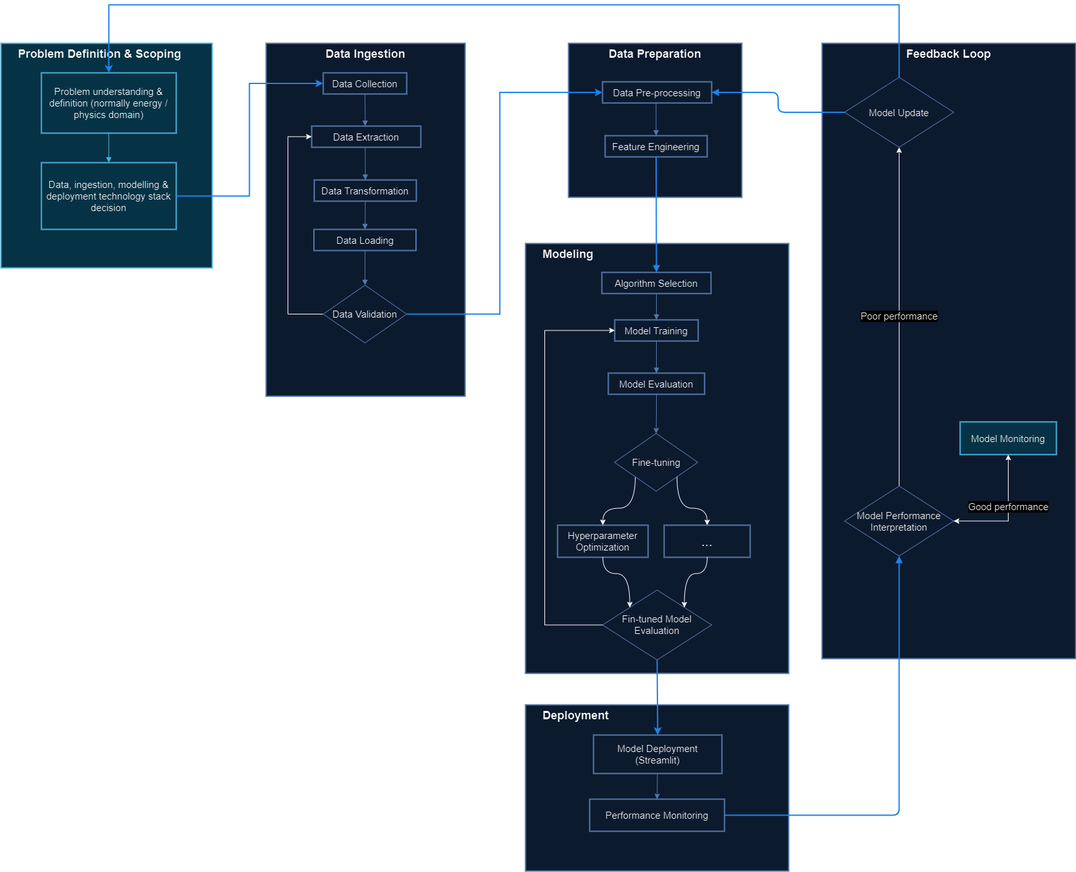
Before: ML/DevelopmentDetails/workflow.png, a diagram exported from draw.io (JeffM-Code/PortfolioWork). Source tidied: cells renumbered, new cells last; positions are measured from the earlier drawing's top-left corner, leaving out a move shared by most shapes.
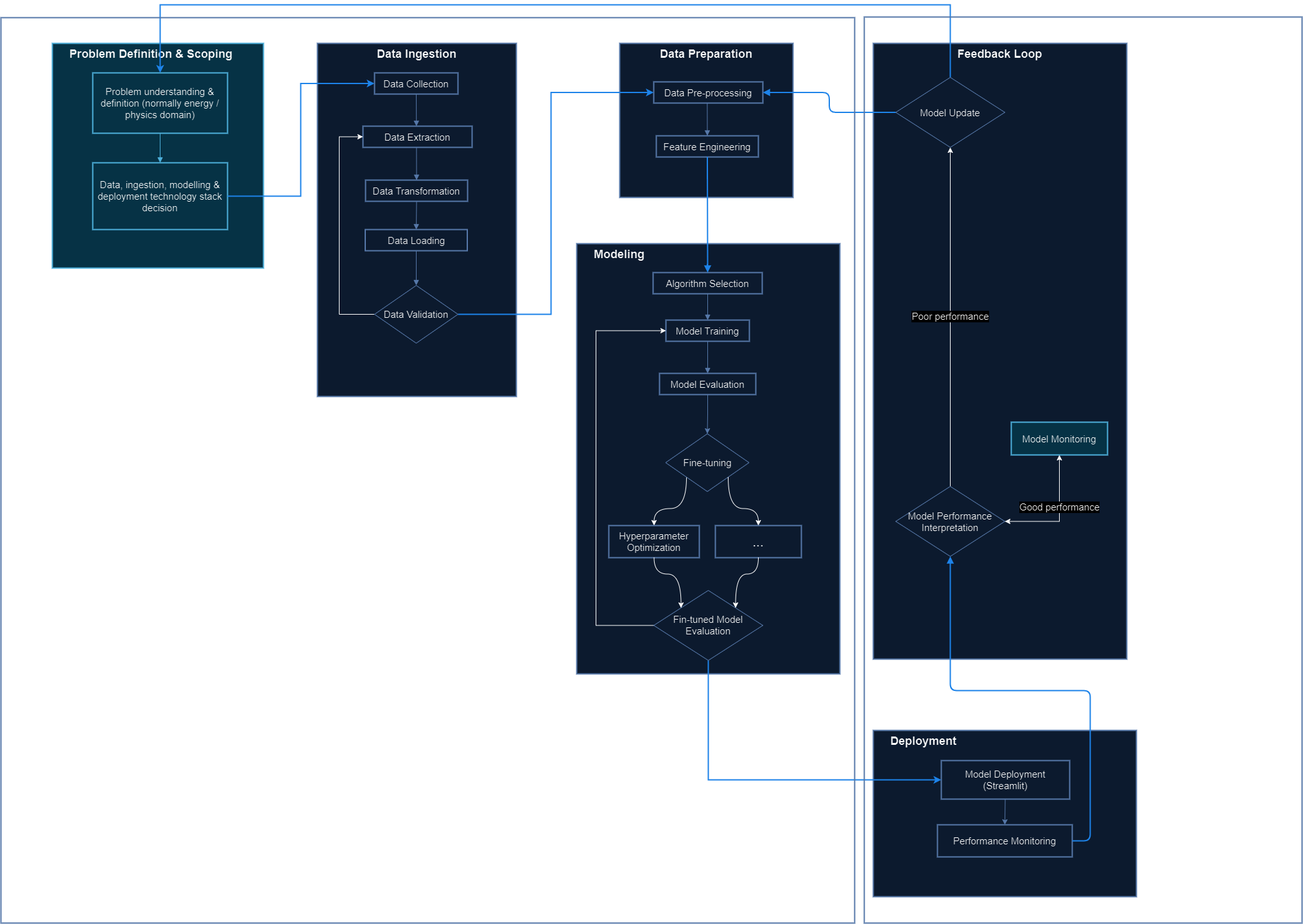
The same diagram one commit later.

Commit message:
updated model schematic

What changed in the source:
```diff
@@ -6,18 +6,18 @@
       <mxGeometry x="1279" y="60" width="395" height="959" as="geometry" />
     </mxCell>
     <mxCell id="3" value="     Deployment" style="whiteSpace=wrap;strokeWidth=2;verticalAlign=top;fontSize=18;align=left;fillColor=#dae8fc;strokeColor=#6c8ebf;fontStyle=1;" parent="1" vertex="1">
-      <mxGeometry x="817" y="1091" width="410" height="259" as="geometry" />
+      <mxGeometry x="1279" y="1130" width="410" height="259" as="geometry" />
     </mxCell>
     <mxCell id="4" value="Performance Monitoring" style="whiteSpace=wrap;strokeWidth=2;fontSize=15;fillColor=#dae8fc;strokeColor=#6c8ebf;" parent="1" vertex="1">
-      <mxGeometry x="917" y="1238" width="210" height="50" as="geometry" />
+      <mxGeometry x="1379" y="1277" width="210" height="50" as="geometry" />
     </mxCell>
     <mxCell id="5" style="rounded=0;jettySize=auto;html=1;exitX=0.5;exitY=1;exitDx=0;exitDy=0;entryX=0.5;entryY=0;entryDx=0;entryDy=0;fontSize=15;fillColor=#dae8fc;strokeColor=#6c8ebf;" parent="1" edge="1" target="4">
       <mxGeometry relative="1" as="geometry">
-        <mxPoint x="1023" y="1164" as="sourcePoint" />
+        <mxPoint x="1485" y="1203" as="sourcePoint" />
       </mxGeometry>
     </mxCell>
     <mxCell id="6" value="Model Deployment (Streamlit)" style="whiteSpace=wrap;strokeWidth=2;fontSize=15;fillColor=#dae8fc;strokeColor=#6c8ebf;" parent="1" vertex="1">
-      <mxGeometry x="923" y="1138" width="200" height="60" as="geometry" />
+      <mxGeometry x="1385" y="1177" width="200" height="60" as="geometry" />
     </mxCell>
     <mxCell id="7" value="     Modeling" style="whiteSpace=wrap;strokeWidth=2;verticalAlign=top;fontSize=18;align=left;fillColor=#dae8fc;strokeColor=#6c8ebf;fontStyle=1;" parent="1" vertex="1">
       <mxGeometry x="817" y="372" width="410" height="670" as="geometry" />
@@ -56,7 +56,13 @@
       <mxGeometry relative="1" as="geometry" />
     </mxCell>
     <mxCell id="19" style="startArrow=none;endArrow=block;exitX=1;exitY=0.5;entryX=0.5;entryY=1;exitDx=0;exitDy=0;entryDx=0;entryDy=0;fontSize=15;strokeWidth=2;strokeColor=#3399FF;edgeStyle=orthogonalEdgeStyle;fillColor=#dae8fc;" parent="1" edge="1" source="4" target="47">
-      <mxGeometry relative="1" as="geometry" />
+      <mxGeometry relative="1" as="geometry">
+        <Array as="points">
+          <mxPoint x="1617" y="1302" />
+          <mxPoint x="1617" y="1068" />
+          <mxPoint x="1399" y="1068" />
+        </Array>
+      </mxGeometry>
     </mxCell>
     <mxCell id="20" style="startArrow=none;endArrow=block;exitX=0;exitY=0.5;entryX=1;entryY=0.5;fontSize=15;exitDx=0;exitDy=0;entryDx=0;entryDy=0;fontColor=#3399FF;labelBackgroundColor=#3399FF;strokeColor=#3399FF;strokeWidth=2;fillColor=#dae8fc;edgeStyle=orthogonalEdgeStyle;" parent="1" edge="1" source="50" target="13">
       <mxGeometry relative="1" as="geometry" />
@@ -84,7 +90,7 @@
         </Array>
       </mxGeometry>
     </mxCell>
-    <mxCell id="27" style="rounded=0;jettySize=auto;html=1;entryX=0.5;entryY=0;entryDx=0;entryDy=0;strokeWidth=2;strokeColor=#3399FF;fillColor=#dae8fc;fontSize=15;exitX=0.5;exitY=1;exitDx=0;exitDy=0;" parent="1" edge="1" source="28" target="6">
+    <mxCell id="27" style="rounded=0;jettySize=auto;html=1;strokeWidth=2;strokeColor=#3399FF;fillColor=#dae8fc;fontSize=15;exitX=0.5;exitY=1;exitDx=0;exitDy=0;entryX=0;entryY=0.5;entryDx=0;entryDy=0;edgeStyle=orthogonalEdgeStyle;" parent="1" edge="1" source="28" target="6">
       <mxGeometry relative="1" as="geometry" />
     </mxCell>
     <mxCell id="28" value="Fin-tuned Model Evaluation" style="rhombus;whiteSpace=wrap;html=1;fontSize=15;fillColor=#dae8fc;strokeColor=#6c8ebf;" parent="1" vertex="1">
@@ -185,5 +191,17 @@
     <mxCell id="53" value="Good performance" style="endArrow=classic;startArrow=classic;html=1;rounded=0;exitX=1;exitY=0.5;exitDx=0;exitDy=0;entryX=0.5;entryY=1;entryDx=0;entryDy=0;edgeStyle=orthogonalEdgeStyle;fontSize=15;verticalAlign=bottom;" parent="1" edge="1" source="47" target="48">
       <mxGeometry x="0.01" relative="1" as="geometry" />
     </mxCell>
+    <mxCell id="54" style="rounded=0;whiteSpace=wrap;html=1;fillColor=none;strokeWidth=2;strokeColor=#6c8ebf;" parent="1" vertex="1">
+      <mxGeometry x="-80" y="20" width="1330" height="1410" as="geometry" />
+    </mxCell>
+    <mxCell id="55" style="rounded=0;whiteSpace=wrap;html=1;fillColor=none;strokeWidth=2;strokeColor=#6c8ebf;" parent="1" vertex="1">
+      <mxGeometry x="1265" y="19" width="682" height="1411" as="geometry" />
+    </mxCell>
+    <mxCell id="56" value="Experiment" style="text;html=1;align=center;verticalAlign=middle;whiteSpace=wrap;rounded=0;fontSize=25;fontStyle=1;" parent="1" vertex="1">
+      <mxGeometry x="-33" y="1290" width="170" height="73" as="geometry" />
+    </mxCell>
+    <mxCell id="57" value="Inference" style="text;html=1;align=center;verticalAlign=middle;whiteSpace=wrap;rounded=0;fontSize=25;fontStyle=1;" parent="1" vertex="1">
+      <mxGeometry x="1737" y="1290" width="170" height="73" as="geometry" />
+    </mxCell>
   </root>
 </mxGraphModel>
```
